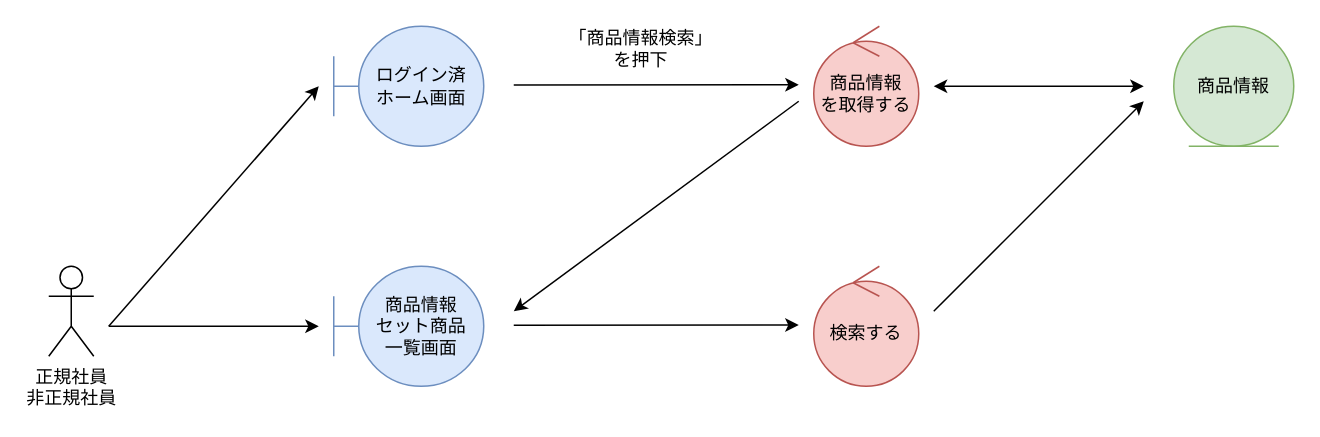
HaruShim/Sotuken keeps this draw.io diagram as page "*商品情報検索" (1 of 3) of 各種設計書/3ロバストネス図/商品情報管理/2.検索機能.drawio. Above is the earlier version. Source tidied: cells renumbered, new cells numbered last; positions are measured from the earlier drawing's top-left corner, leaving out a move shared by most shapes. Both pictures are drawn from the tidied source at 150%, with x=0, y=0 at pixel (48, 26).
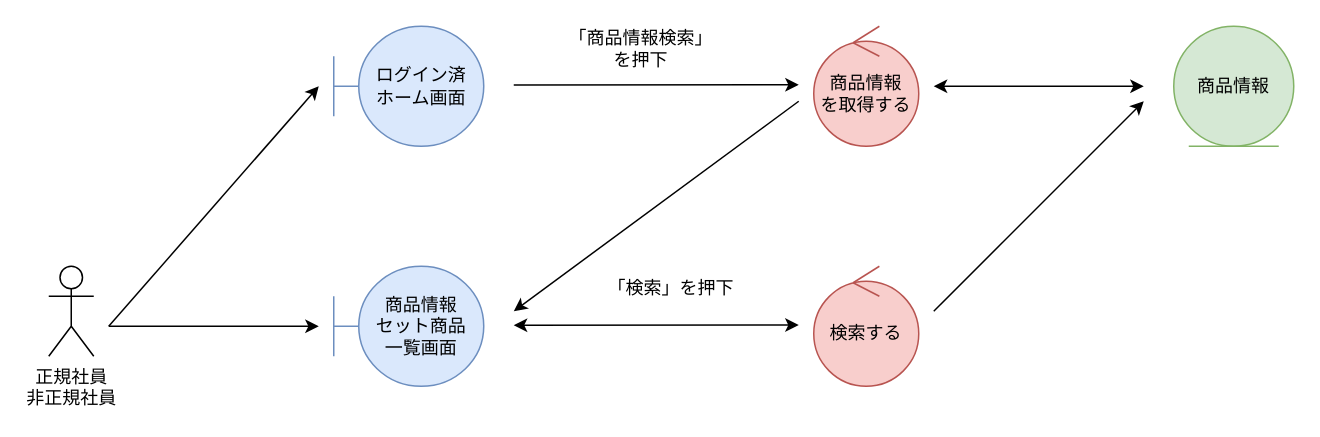
Above is the later version.

What changed in the source:
```diff
@@
-    <mxCell id="14" style="endArrow=classic;html=1;rounded=0;" parent="1" edge="1">
+    <mxCell id="14" style="endArrow=classic;html=1;rounded=0;startArrow=classic;startFill=1;" parent="1" edge="1">
       <mxGeometry relative="1" as="geometry">
         <mxPoint x="310" y="199.3" as="sourcePoint" />
         <mxPoint x="500" y="199.2" as="targetPoint" />
       </mxGeometry>
     </mxCell>
@@
+    <mxCell id="16" value="「検索」を押下" style="text;html=1;strokeColor=none;fillColor=none;align=center;verticalAlign=middle;whiteSpace=wrap;rounded=0;" parent="1" vertex="1">
+      <mxGeometry x="360" y="160" width="110" height="30" as="geometry" />
+    </mxCell>
```
